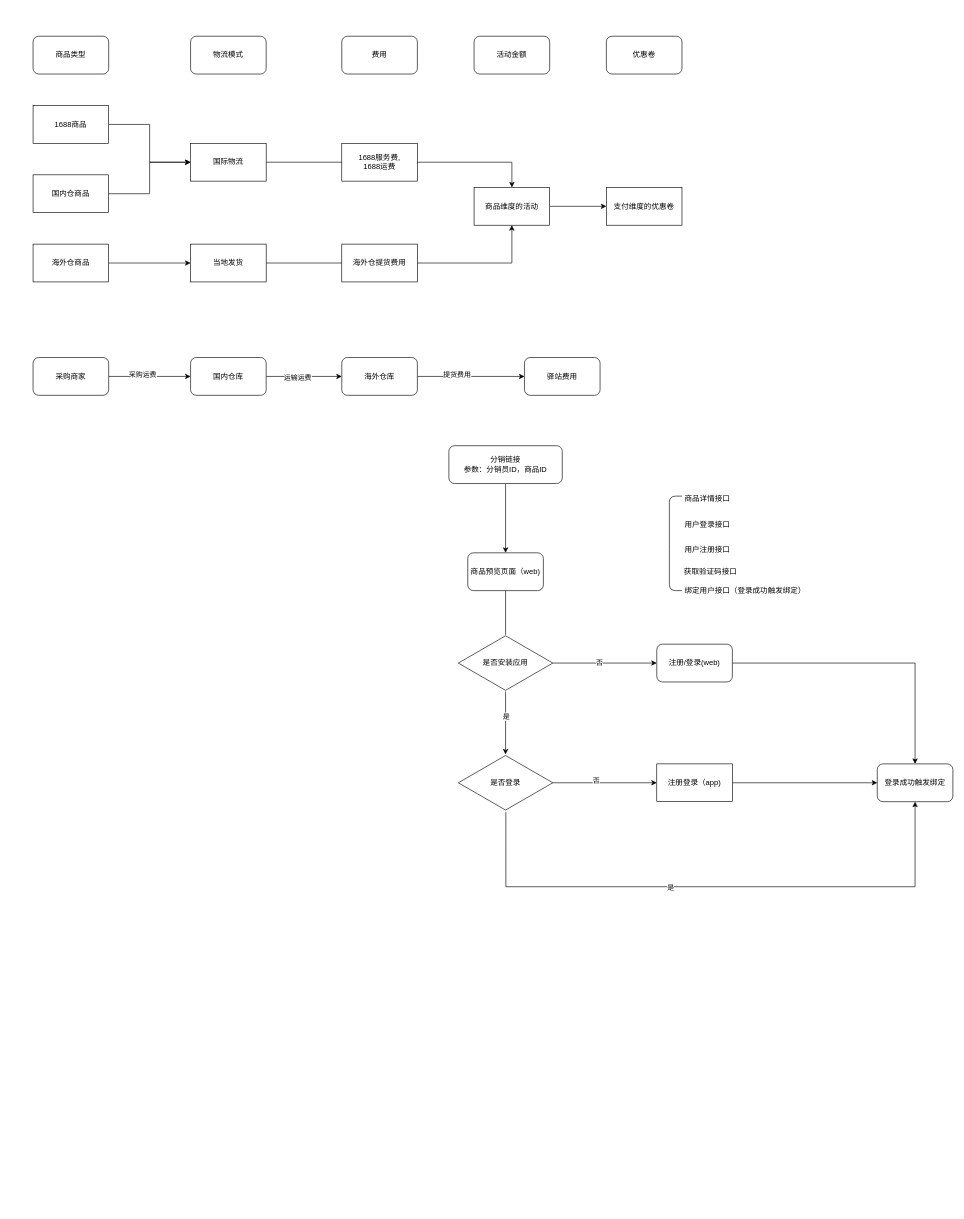
Above: orders.drawio in RoastGoose/order-center (draw.io), before the change. Source tidied: cells renumbered, new cells numbered last; positions are measured from the earlier drawing's top-left corner, leaving out a move shared by most shapes. Both pictures are drawn from the tidied source at 63%, with x=0, y=0 at pixel (11, 17).
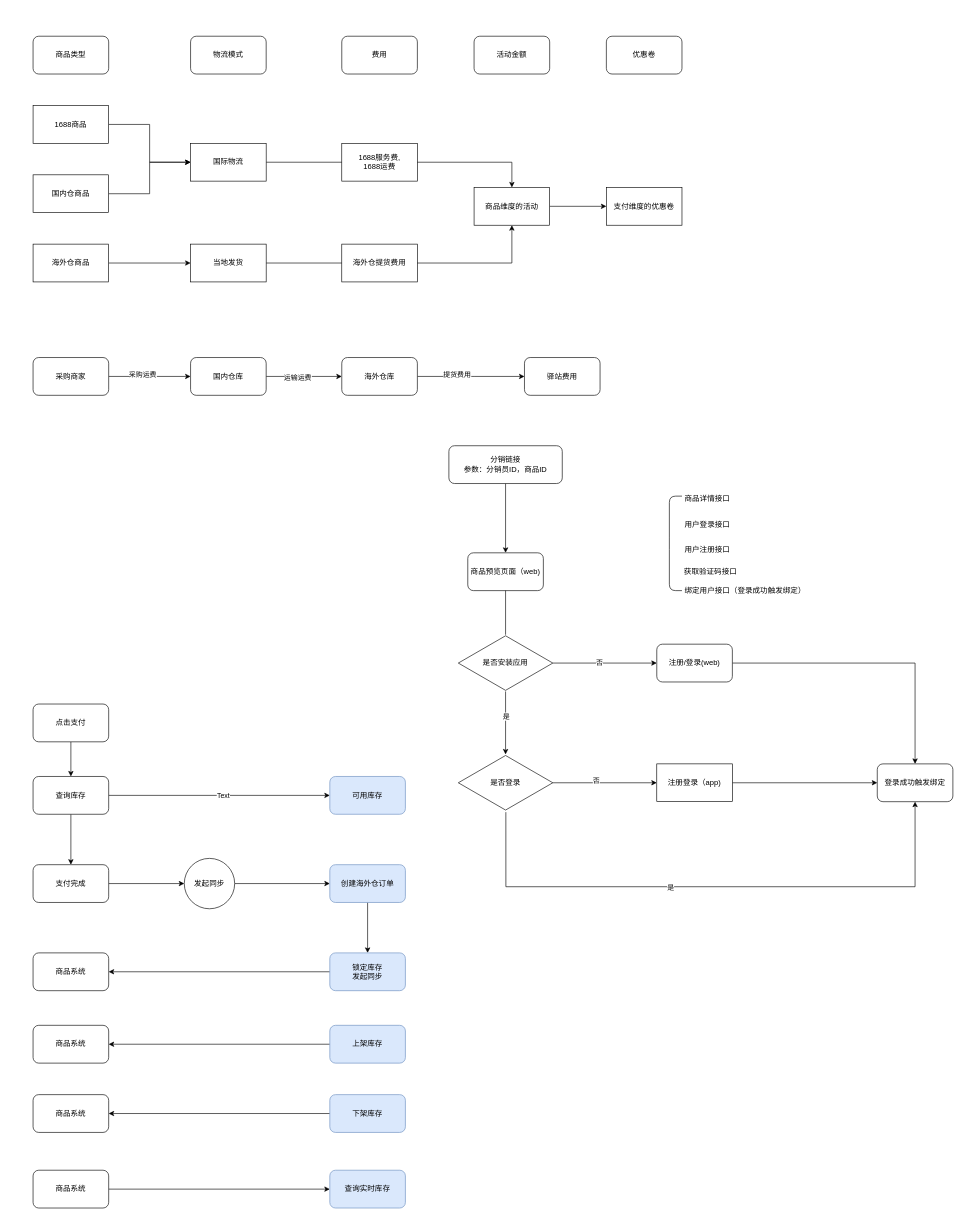
The same diagram, later.

The edit, as a diff of the source:
```diff
@@
+    <mxCell id="58" style="edgeStyle=orthogonalEdgeStyle;rounded=0;jettySize=auto;html=1;" parent="1" edge="1" source="59" target="65">
+      <mxGeometry relative="1" as="geometry" />
+    </mxCell>
+    <mxCell id="59" value="点击支付" style="rounded=1;whiteSpace=wrap;html=1;" parent="1" vertex="1">
+      <mxGeometry x="35" y="1090" width="120" height="60" as="geometry" />
+    </mxCell>
+    <mxCell id="60" value="可用库存" style="rounded=1;whiteSpace=wrap;html=1;fillColor=#dae8fc;strokeColor=#6c8ebf;" parent="1" vertex="1">
+      <mxGeometry x="506" y="1205" width="120" height="60" as="geometry" />
+    </mxCell>
+    <mxCell id="61" value="商品系统" style="rounded=1;whiteSpace=wrap;html=1;" parent="1" vertex="1">
+      <mxGeometry x="35" y="1485" width="120" height="60" as="geometry" />
+    </mxCell>
+    <mxCell id="62" style="edgeStyle=orthogonalEdgeStyle;rounded=0;jettySize=auto;html=1;entryX=0;entryY=0.5;entryDx=0;entryDy=0;exitX=1;exitY=0.5;exitDx=0;exitDy=0;labelBackgroundColor=default;fontColor=default;labelPosition=left;verticalLabelPosition=top;align=right;verticalAlign=bottom;" parent="1" edge="1" source="65" target="60">
+      <mxGeometry relative="1" as="geometry" />
+    </mxCell>
+    <mxCell id="63" value="Text" style="edgeLabel;html=1;align=center;verticalAlign=middle;" parent="62" vertex="1">
+      <mxGeometry x="0.03" y="1" relative="1" as="geometry" />
+    </mxCell>
+    <mxCell id="64" style="edgeStyle=orthogonalEdgeStyle;rounded=0;jettySize=auto;html=1;" parent="1" edge="1" source="65" target="68">
+      <mxGeometry relative="1" as="geometry" />
+    </mxCell>
+    <mxCell id="65" value="查询库存" style="rounded=1;whiteSpace=wrap;html=1;" parent="1" vertex="1">
+      <mxGeometry x="35" y="1205" width="120" height="60" as="geometry" />
+    </mxCell>
+    <mxCell id="66" style="edgeStyle=orthogonalEdgeStyle;rounded=0;orthogonalLoop=1;jettySize=auto;html=1;exitX=0.5;exitY=1;exitDx=0;exitDy=0;" parent="1" edge="1" source="60" target="60">
+      <mxGeometry relative="1" as="geometry" />
+    </mxCell>
+    <mxCell id="67" style="edgeStyle=orthogonalEdgeStyle;rounded=0;jettySize=auto;html=1;" parent="1" edge="1" source="68" target="83">
+      <mxGeometry relative="1" as="geometry" />
+    </mxCell>
+    <mxCell id="68" value="支付完成" style="rounded=1;whiteSpace=wrap;html=1;" parent="1" vertex="1">
+      <mxGeometry x="35" y="1345" width="120" height="60" as="geometry" />
+    </mxCell>
+    <mxCell id="69" style="edgeStyle=orthogonalEdgeStyle;rounded=0;jettySize=auto;html=1;" parent="1" edge="1" source="70" target="72">
+      <mxGeometry relative="1" as="geometry" />
+    </mxCell>
+    <mxCell id="70" value="创建海外仓订单" style="rounded=1;whiteSpace=wrap;html=1;fillColor=#dae8fc;strokeColor=#6c8ebf;" parent="1" vertex="1">
+      <mxGeometry x="506" y="1345" width="120" height="60" as="geometry" />
+    </mxCell>
+    <mxCell id="71" style="edgeStyle=orthogonalEdgeStyle;rounded=0;jettySize=auto;html=1;entryX=1;entryY=0.5;entryDx=0;entryDy=0;" parent="1" edge="1" source="72" target="61">
+      <mxGeometry relative="1" as="geometry" />
+    </mxCell>
+    <mxCell id="72" value="锁定库存&lt;br&gt;发起同步" style="rounded=1;whiteSpace=wrap;html=1;fillColor=#dae8fc;strokeColor=#6c8ebf;" parent="1" vertex="1">
+      <mxGeometry x="506" y="1485" width="120" height="60" as="geometry" />
+    </mxCell>
+    <mxCell id="73" style="edgeStyle=orthogonalEdgeStyle;rounded=0;jettySize=auto;html=1;" parent="1" edge="1" source="74" target="77">
+      <mxGeometry relative="1" as="geometry" />
+    </mxCell>
+    <mxCell id="74" value="上架库存" style="rounded=1;whiteSpace=wrap;html=1;fillColor=#dae8fc;strokeColor=#6c8ebf;" parent="1" vertex="1">
+      <mxGeometry x="506" y="1600" width="120" height="60" as="geometry" />
+    </mxCell>
+    <mxCell id="75" style="edgeStyle=orthogonalEdgeStyle;rounded=0;jettySize=auto;html=1;entryX=1;entryY=0.5;entryDx=0;entryDy=0;" parent="1" edge="1" source="76" target="78">
+      <mxGeometry relative="1" as="geometry" />
+    </mxCell>
+    <mxCell id="76" value="下架库存" style="rounded=1;whiteSpace=wrap;html=1;fillColor=#dae8fc;strokeColor=#6c8ebf;" parent="1" vertex="1">
+      <mxGeometry x="506" y="1710" width="120" height="60" as="geometry" />
+    </mxCell>
+    <mxCell id="77" value="商品系统" style="rounded=1;whiteSpace=wrap;html=1;" parent="1" vertex="1">
+      <mxGeometry x="35" y="1600" width="120" height="60" as="geometry" />
+    </mxCell>
+    <mxCell id="78" value="商品系统" style="rounded=1;whiteSpace=wrap;html=1;" parent="1" vertex="1">
+      <mxGeometry x="35" y="1710" width="120" height="60" as="geometry" />
+    </mxCell>
+    <mxCell id="79" style="edgeStyle=orthogonalEdgeStyle;rounded=0;jettySize=auto;html=1;" parent="1" edge="1" source="80" target="81">
+      <mxGeometry relative="1" as="geometry" />
+    </mxCell>
+    <mxCell id="80" value="商品系统" style="rounded=1;whiteSpace=wrap;html=1;" parent="1" vertex="1">
+      <mxGeometry x="35" y="1830" width="120" height="60" as="geometry" />
+    </mxCell>
+    <mxCell id="81" value="查询实时库存" style="rounded=1;whiteSpace=wrap;html=1;fillColor=#dae8fc;strokeColor=#6c8ebf;" parent="1" vertex="1">
+      <mxGeometry x="506" y="1830" width="120" height="60" as="geometry" />
+    </mxCell>
+    <mxCell id="82" style="edgeStyle=orthogonalEdgeStyle;rounded=0;jettySize=auto;html=1;" parent="1" edge="1" source="83" target="70">
+      <mxGeometry relative="1" as="geometry" />
+    </mxCell>
+    <mxCell id="83" value="发起同步" style="ellipse;whiteSpace=wrap;html=1;rounded=1;" parent="1" vertex="1">
+      <mxGeometry x="275" y="1335" width="80" height="80" as="geometry" />
+    </mxCell>
```
